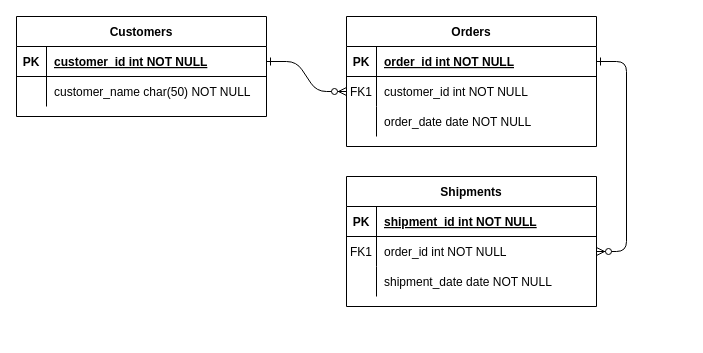
Above: bd parcial 1.drawio in phoenix1179/BD (draw.io), before the change. Source tidied: cells renumbered, new cells numbered last; positions are measured from the earlier drawing's top-left corner, leaving out a move shared by most shapes. Both pictures are drawn from the tidied source at 100%, with x=0, y=0 at pixel (16, 16).
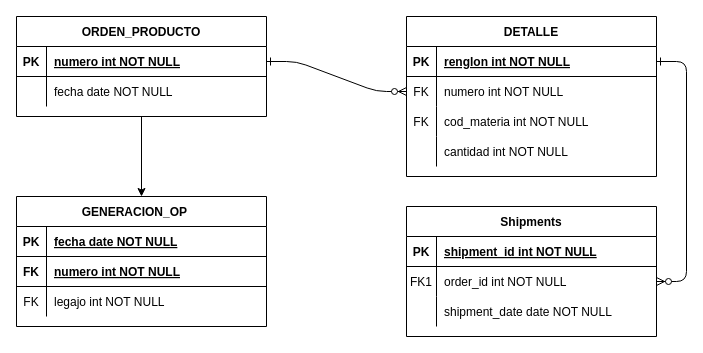
Above is the later version.

Unchanged cells that the change refers to:
```xml
<mxCell id="5" style="shape=partialRectangle;fillColor=none;points=[[0,0.5],[1,0.5]];portConstraint=eastwest;top=0;left=0;right=0;bottom=1;" parent="4" vertex="1">
  <mxGeometry y="30" width="250" height="30" as="geometry" />
</mxCell>
<mxCell id="8" style="shape=partialRectangle;fillColor=none;points=[[0,0.5],[1,0.5]];portConstraint=eastwest;top=0;left=0;right=0;bottom=0;" parent="4" vertex="1">
  <mxGeometry y="60" width="250" height="30" as="geometry" />
</mxCell>
<mxCell id="11" style="shape=partialRectangle;fillColor=none;top=0;left=0;right=0;bottom=0;" parent="4" vertex="1">
  <mxGeometry y="90" width="250" height="30" as="geometry" />
</mxCell>
<mxCell id="25" style="shape=partialRectangle;fillColor=none;points=[[0,0.5],[1,0.5]];portConstraint=eastwest;top=0;left=0;right=0;bottom=1;" parent="24" vertex="1">
  <mxGeometry y="30" width="250" height="30" as="geometry" />
</mxCell>
<mxCell id="28" style="shape=partialRectangle;fillColor=none;top=0;left=0;right=0;bottom=0;" parent="24" vertex="1">
  <mxGeometry y="60" width="250" height="30" as="geometry" />
</mxCell>
```

Change to the diagram source:
```diff
@@
-    <mxCell id="4" value="Orders" style="shape=table;startSize=30;childLayout=tableLayout;rowLines=0;fontStyle=1;align=center;" parent="1" vertex="1">
-      <mxGeometry x="330" width="250" height="130" as="geometry" />
+    <mxCell id="4" value="DETALLE" style="shape=table;startSize=30;childLayout=tableLayout;rowLines=0;fontStyle=1;align=center;" parent="1" vertex="1">
+      <mxGeometry x="390" width="250" height="160" as="geometry" />
     </mxCell>
@@
-    <mxCell id="7" value="order_id int NOT NULL " style="shape=partialRectangle;overflow=hidden;fillColor=none;top=0;left=0;bottom=0;right=0;align=left;spacingLeft=6;fontStyle=5;" parent="5" vertex="1">
+    <mxCell id="7" value="renglon int NOT NULL " style="shape=partialRectangle;overflow=hidden;fillColor=none;top=0;left=0;bottom=0;right=0;align=left;spacingLeft=6;fontStyle=5;" parent="5" vertex="1">
       <mxGeometry x="30" width="220" height="30" as="geometry" />
     </mxCell>
@@
-    <mxCell id="9" value="FK1" style="shape=partialRectangle;overflow=hidden;fillColor=none;top=0;left=0;bottom=0;right=0;" parent="8" vertex="1">
+    <mxCell id="9" value="FK" style="shape=partialRectangle;overflow=hidden;fillColor=none;top=0;left=0;bottom=0;right=0;" parent="8" vertex="1">
       <mxGeometry width="30" height="30" as="geometry" />
     </mxCell>
-    <mxCell id="10" value="customer_id int NOT NULL" style="shape=partialRectangle;overflow=hidden;fillColor=none;top=0;left=0;bottom=0;right=0;align=left;spacingLeft=6;" parent="8" vertex="1">
+    <mxCell id="10" value="numero int NOT NULL" style="shape=partialRectangle;overflow=hidden;fillColor=none;top=0;left=0;bottom=0;right=0;align=left;spacingLeft=6;" parent="8" vertex="1">
       <mxGeometry x="30" width="220" height="30" as="geometry" />
     </mxCell>
@@
-    <mxCell id="12" style="shape=partialRectangle;overflow=hidden;fillColor=none;top=0;left=0;bottom=0;right=0;" parent="11" vertex="1">
+    <mxCell id="12" value="FK" style="shape=partialRectangle;overflow=hidden;fillColor=none;top=0;left=0;bottom=0;right=0;" parent="11" vertex="1">
       <mxGeometry width="30" height="30" as="geometry" />
     </mxCell>
-    <mxCell id="13" value="order_date date NOT NULL" style="shape=partialRectangle;overflow=hidden;fillColor=none;top=0;left=0;bottom=0;right=0;align=left;spacingLeft=6;" parent="11" vertex="1">
+    <mxCell id="13" value="cod_materia int NOT NULL" style="shape=partialRectangle;overflow=hidden;fillColor=none;top=0;left=0;bottom=0;right=0;align=left;spacingLeft=6;" parent="11" vertex="1">
       <mxGeometry x="30" width="220" height="30" as="geometry" />
     </mxCell>
+    <mxCell id="31" style="shape=partialRectangle;fillColor=none;top=0;left=0;right=0;bottom=0;" parent="4" vertex="1">
+      <mxGeometry y="120" width="250" height="30" as="geometry" />
+    </mxCell>
+    <mxCell id="32" style="shape=partialRectangle;overflow=hidden;fillColor=none;top=0;left=0;bottom=0;right=0;" parent="31" vertex="1">
+      <mxGeometry width="30" height="30" as="geometry" />
+    </mxCell>
+    <mxCell id="33" value="cantidad int NOT NULL" style="shape=partialRectangle;overflow=hidden;fillColor=none;top=0;left=0;bottom=0;right=0;align=left;spacingLeft=6;" parent="31" vertex="1">
+      <mxGeometry x="30" width="220" height="30" as="geometry" />
+    </mxCell>
     <mxCell id="14" value="Shipments" style="shape=table;startSize=30;childLayout=tableLayout;rowLines=0;fontStyle=1;align=center;" parent="1" vertex="1">
-      <mxGeometry x="330" y="160" width="250" height="130" as="geometry" />
+      <mxGeometry x="390" y="190" width="250" height="130" as="geometry" />
     </mxCell>
@@
+    <mxCell id="34" style="edgeStyle=orthogonalEdgeStyle;rounded=0;jettySize=auto;html=1;" parent="1" edge="1" source="24" target="35">
+      <mxGeometry relative="1" as="geometry" />
+    </mxCell>
-    <mxCell id="24" value="Customers" style="shape=table;startSize=30;childLayout=tableLayout;rowLines=0;fontStyle=1;align=center;" parent="1" vertex="1">
+    <mxCell id="24" value="ORDEN_PRODUCTO" style="shape=table;startSize=30;childLayout=tableLayout;rowLines=0;fontStyle=1;align=center;" parent="1" vertex="1">
       <mxGeometry width="250" height="100" as="geometry" />
     </mxCell>
@@
-    <mxCell id="27" value="customer_id int NOT NULL " style="shape=partialRectangle;overflow=hidden;fillColor=none;top=0;left=0;bottom=0;right=0;align=left;spacingLeft=6;fontStyle=5;" parent="25" vertex="1">
+    <mxCell id="27" value="numero int NOT NULL " style="shape=partialRectangle;overflow=hidden;fillColor=none;top=0;left=0;bottom=0;right=0;align=left;spacingLeft=6;fontStyle=5;" parent="25" vertex="1">
       <mxGeometry x="30" width="220" height="30" as="geometry" />
     </mxCell>
@@
-    <mxCell id="30" value="customer_name char(50) NOT NULL" style="shape=partialRectangle;overflow=hidden;fillColor=none;top=0;left=0;bottom=0;right=0;align=left;spacingLeft=6;" parent="28" vertex="1">
+    <mxCell id="30" value="fecha date NOT NULL" style="shape=partialRectangle;overflow=hidden;fillColor=none;top=0;left=0;bottom=0;right=0;align=left;spacingLeft=6;" parent="28" vertex="1">
       <mxGeometry x="30" width="220" height="30" as="geometry" />
     </mxCell>
+    <mxCell id="35" value="GENERACION_OP    " style="shape=table;startSize=30;childLayout=tableLayout;rowLines=0;fontStyle=1;align=center;" parent="1" vertex="1">
+      <mxGeometry y="180" width="250" height="130" as="geometry" />
+    </mxCell>
+    <mxCell id="36" style="shape=partialRectangle;fillColor=none;top=0;left=0;right=0;bottom=1;" parent="35" vertex="1">
+      <mxGeometry y="30" width="250" height="30" as="geometry" />
+    </mxCell>
+    <mxCell id="37" value="PK" style="shape=partialRectangle;overflow=hidden;fillColor=none;top=0;left=0;bottom=0;right=0;fontStyle=1;" parent="36" vertex="1">
+      <mxGeometry width="30" height="30" as="geometry" />
+    </mxCell>
+    <mxCell id="38" value="fecha date NOT NULL " style="shape=partialRectangle;overflow=hidden;fillColor=none;top=0;left=0;bottom=0;right=0;align=left;spacingLeft=6;fontStyle=5;" parent="36" vertex="1">
+      <mxGeometry x="30" width="220" height="30" as="geometry" />
+    </mxCell>
+    <mxCell id="39" style="shape=partialRectangle;fillColor=none;top=0;left=0;right=0;bottom=1;" parent="35" vertex="1">
+      <mxGeometry y="60" width="250" height="30" as="geometry" />
+    </mxCell>
+    <mxCell id="40" value="FK" style="shape=partialRectangle;overflow=hidden;fillColor=none;top=0;left=0;bottom=0;right=0;fontStyle=1;" parent="39" vertex="1">
+      <mxGeometry width="30" height="30" as="geometry" />
+    </mxCell>
+    <mxCell id="41" value="numero int NOT NULL " style="shape=partialRectangle;overflow=hidden;fillColor=none;top=0;left=0;bottom=0;right=0;align=left;spacingLeft=6;fontStyle=5;" parent="39" vertex="1">
+      <mxGeometry x="30" width="220" height="30" as="geometry" />
+    </mxCell>
+    <mxCell id="42" style="shape=partialRectangle;fillColor=none;top=0;left=0;right=0;bottom=0;" parent="35" vertex="1">
+      <mxGeometry y="90" width="250" height="30" as="geometry" />
+    </mxCell>
+    <mxCell id="43" value="FK" style="shape=partialRectangle;overflow=hidden;fillColor=none;top=0;left=0;bottom=0;right=0;" parent="42" vertex="1">
+      <mxGeometry width="30" height="30" as="geometry" />
+    </mxCell>
+    <mxCell id="44" value="legajo int NOT NULL" style="shape=partialRectangle;overflow=hidden;fillColor=none;top=0;left=0;bottom=0;right=0;align=left;spacingLeft=6;" parent="42" vertex="1">
+      <mxGeometry x="30" width="220" height="30" as="geometry" />
+    </mxCell>
```
